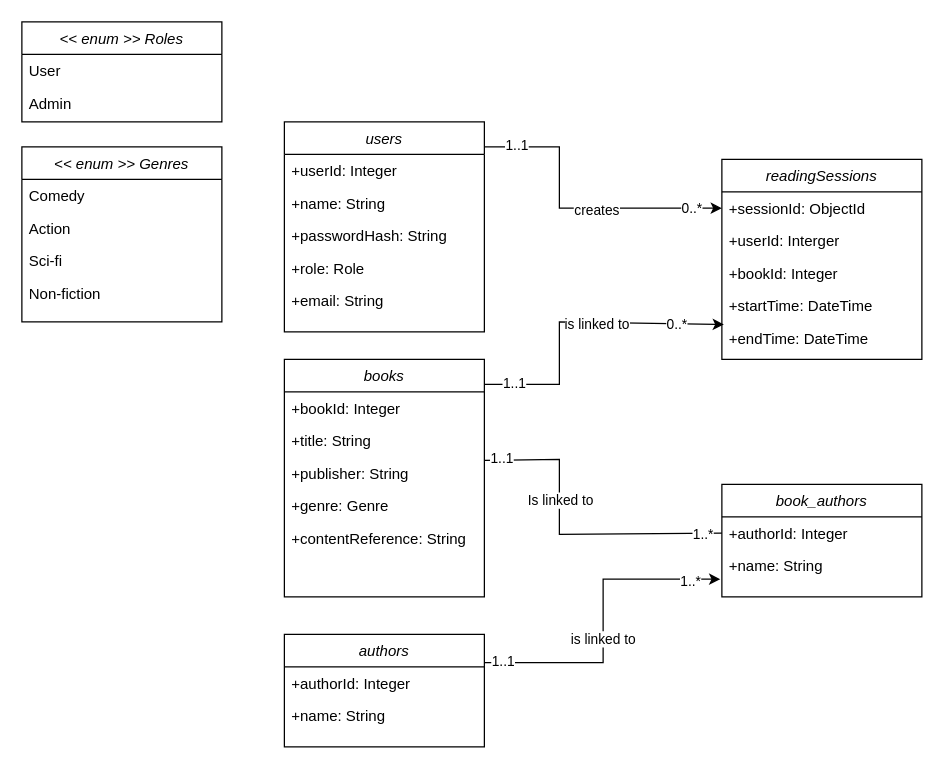
s4142456/library-app keeps this draw.io diagram as docs/diagrams/library-app-class-diagram.drawio. Above is the earlier version. Source tidied: cells renumbered, new cells numbered last; positions are measured from the earlier drawing's top-left corner, leaving out a move shared by most shapes. Both pictures are drawn from the tidied source at 125%, with x=0, y=0 at pixel (21, 21).
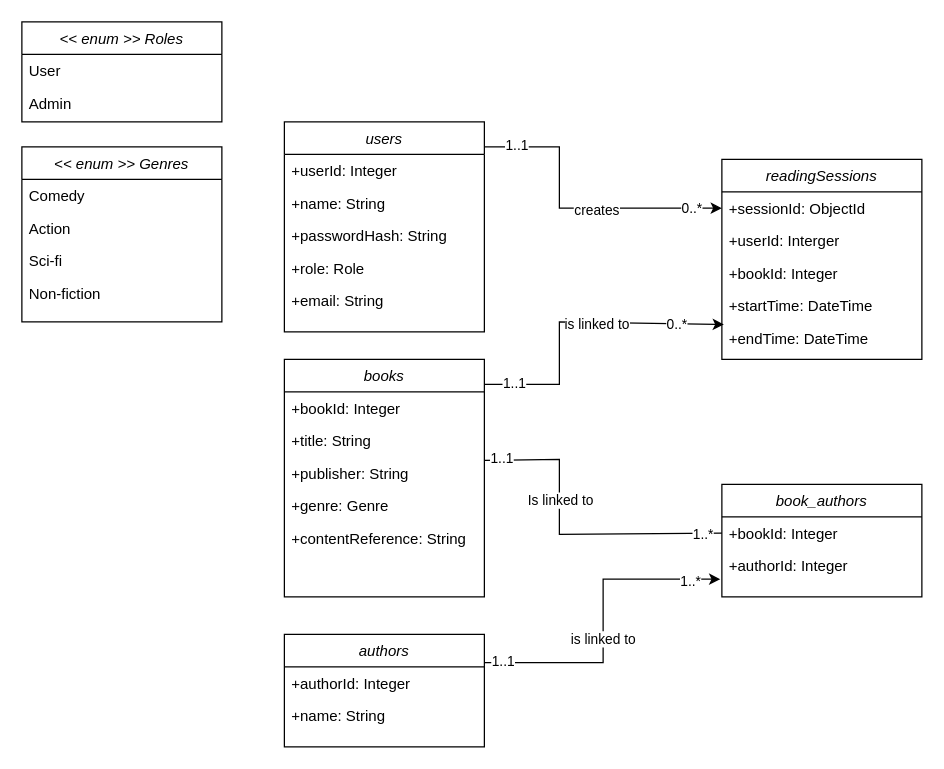
Above is the later version.

Commit message (it also covers changes not shown here):
feat(db): update class diagram, create table schemas

Unchanged cells that the change refers to:
```xml
<mxCell id="17" value="book_authors" style="swimlane;fontStyle=2;align=center;verticalAlign=top;horizontal=1;startSize=26;rounded=0;shadow=0;strokeWidth=1;" parent="1" vertex="1">
  <mxGeometry x="560" y="370" width="160" height="90" as="geometry" />
</mxCell>
```

Change to the diagram source:
```diff
@@
-    <mxCell id="18" value="+authorId: Integer" style="text;align=left;verticalAlign=top;spacingLeft=4;spacingRight=4;overflow=hidden;points=[[0,0.5],[1,0.5]];portConstraint=eastwest;" parent="17" vertex="1">
+    <mxCell id="18" value="+bookId: Integer" style="text;align=left;verticalAlign=top;spacingLeft=4;spacingRight=4;overflow=hidden;points=[[0,0.5],[1,0.5]];portConstraint=eastwest;" parent="17" vertex="1">
       <mxGeometry y="26" width="160" height="26" as="geometry" />
     </mxCell>
-    <mxCell id="19" value="+name: String" style="text;align=left;verticalAlign=top;spacingLeft=4;spacingRight=4;overflow=hidden;points=[[0,0.5],[1,0.5]];portConstraint=eastwest;rounded=0;shadow=0;html=0;" parent="17" vertex="1">
+    <mxCell id="19" value="+authorId: Integer" style="text;align=left;verticalAlign=top;spacingLeft=4;spacingRight=4;overflow=hidden;points=[[0,0.5],[1,0.5]];portConstraint=eastwest;rounded=0;shadow=0;html=0;" parent="17" vertex="1">
       <mxGeometry y="52" width="160" height="26" as="geometry" />
     </mxCell>
```
